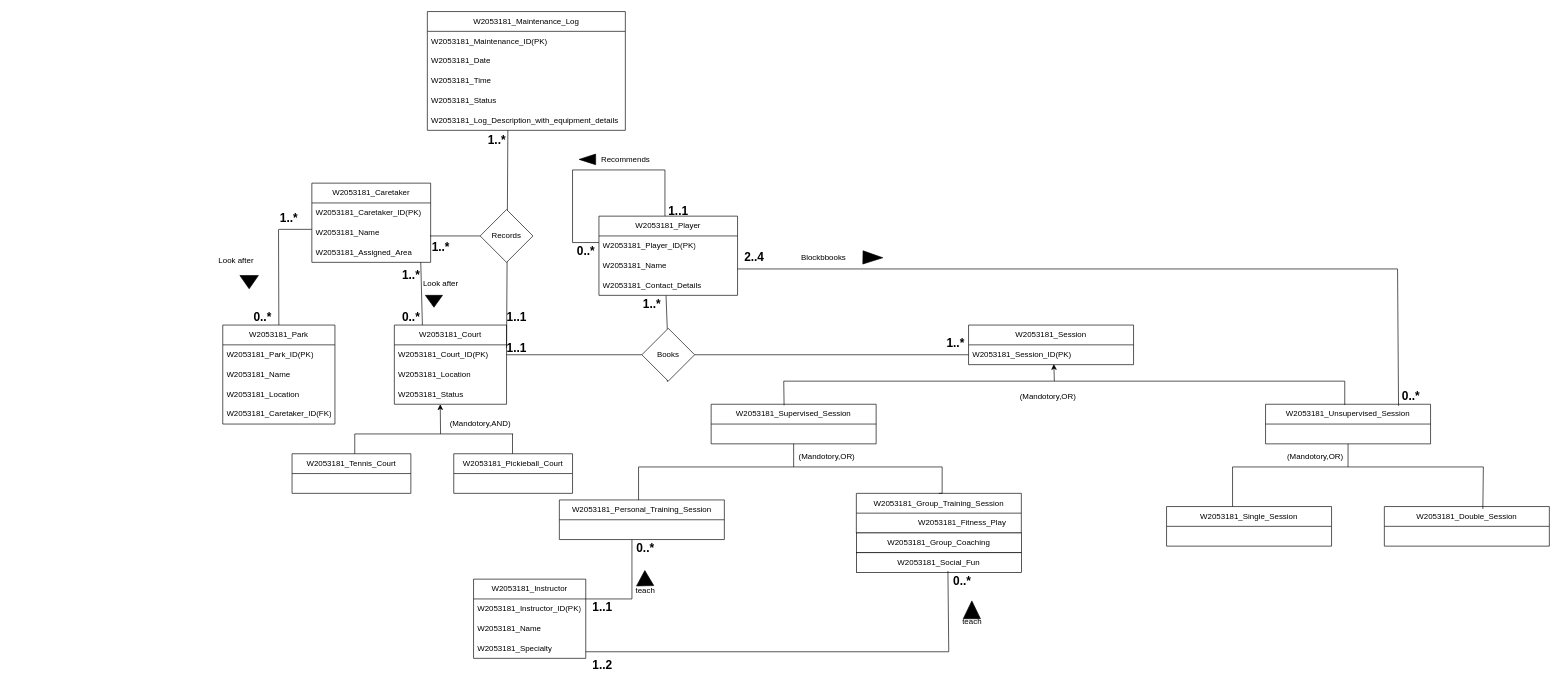
This is Untitled Diagram.drawio from ShenalSen/24_5COSC020_CWK, a draw.io file, before an edit. Source tidied: cells renumbered, new cells numbered last; positions are measured from the earlier drawing's top-left corner, leaving out a move shared by most shapes. Both pictures are drawn from the tidied source at 66%, with x=0, y=0 at pixel (209, 11).
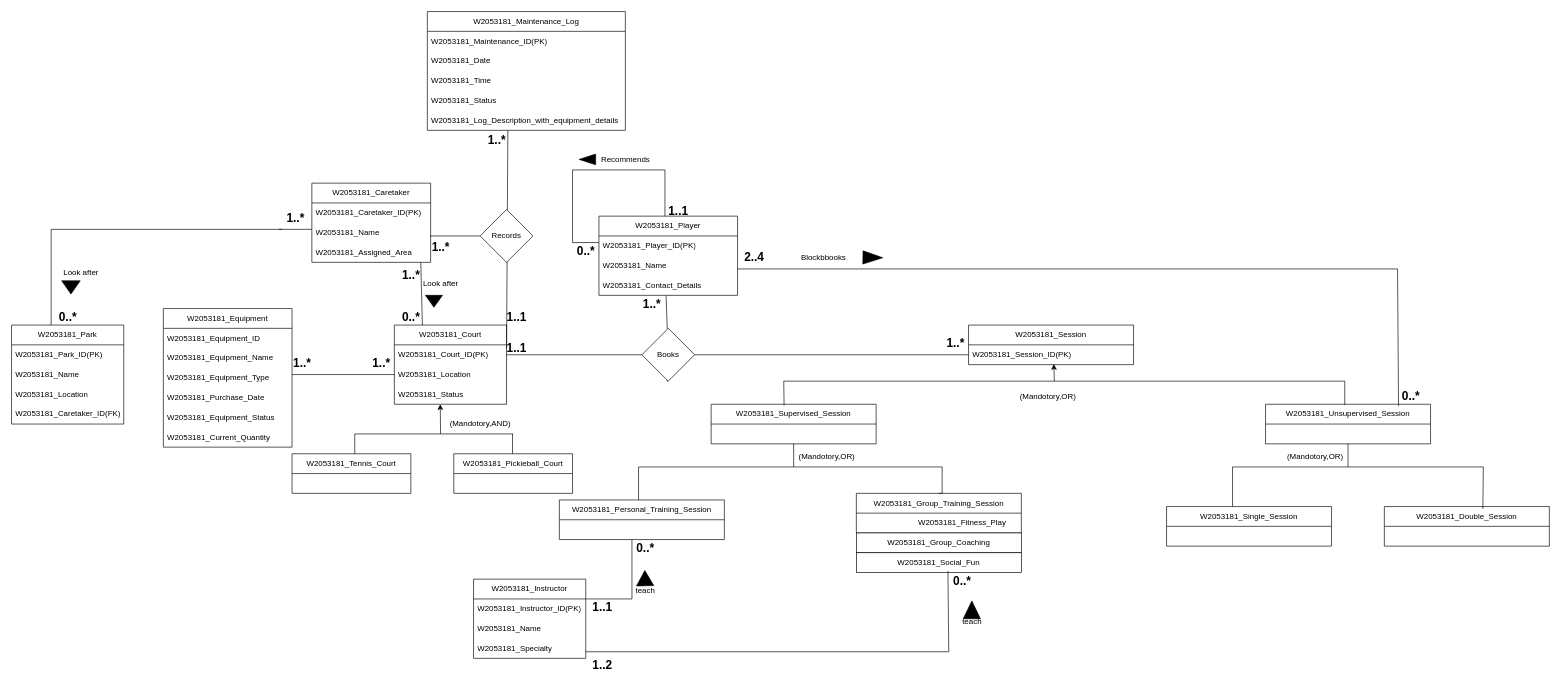
The same page after the edit.

The change refers to these unchanged cells:
```xml
<mxCell id="35" value="W2053181_Location" style="text;strokeColor=none;fillColor=none;align=left;verticalAlign=middle;spacingLeft=4;spacingRight=4;overflow=hidden;points=[[0,0.5],[1,0.5]];portConstraint=eastwest;whiteSpace=wrap;html=1;" parent="33" vertex="1">
  <mxGeometry y="60" width="170" height="30" as="geometry" />
</mxCell>
```

Change to the diagram source:
```diff
@@
     <mxCell id="28" value="W2053181_Park" style="swimlane;fontStyle=0;horizontal=1;startSize=30;whiteSpace=wrap;html=1;" parent="1" vertex="1">
-      <mxGeometry x="20" y="475" width="170" height="150" as="geometry" />
+      <mxGeometry x="-300" y="475" width="170" height="150" as="geometry" />
     </mxCell>
@@
-    <mxCell id="65" style="endArrow=none;html=1;rounded=0;exitX=0.5;exitY=0;exitDx=0;exitDy=0;" parent="1" edge="1" source="28">
-      <mxGeometry relative="1" as="geometry">
-        <mxPoint x="104.5" y="330" as="targetPoint" />
-      </mxGeometry>
-    </mxCell>
@@
     <mxCell id="87" value="&lt;h2&gt;1..*&lt;/h2&gt;" style="text;html=1;align=center;verticalAlign=middle;strokeColor=none;fillColor=none;" parent="1" vertex="1">
-      <mxGeometry x="95" y="283" width="50" height="60" as="geometry" />
+      <mxGeometry x="105" y="283" width="50" height="60" as="geometry" />
     </mxCell>
     <mxCell id="88" value="&lt;h2&gt;0..*&lt;/h2&gt;" style="text;html=1;align=center;verticalAlign=middle;strokeColor=none;fillColor=none;" parent="1" vertex="1">
-      <mxGeometry x="55" y="433" width="50" height="60" as="geometry" />
+      <mxGeometry x="-240" y="433" width="50" height="60" as="geometry" />
     </mxCell>
@@
     <mxCell id="104" style="shape=mxgraph.arrows2.wedgeArrow;html=1;startWidth=14;fillColor=strokeColor;defaultFillColor=invert;defaultGradientColor=invert;rounded=0;" parent="1" edge="1">
       <mxGeometry relative="1" as="geometry">
-        <mxPoint x="60" y="400" as="sourcePoint" />
-        <mxPoint x="60" y="420" as="targetPoint" />
+        <mxPoint x="-210" y="408" as="sourcePoint" />
+        <mxPoint x="-210" y="428" as="targetPoint" />
       </mxGeometry>
     </mxCell>
@@
     <mxCell id="111" value="Look after" style="text;html=1;align=center;verticalAlign=middle;strokeColor=none;fillColor=none;" parent="1" vertex="1">
-      <mxGeometry y="363" width="80" height="30" as="geometry" />
+      <mxGeometry x="-235" y="380" width="80" height="30" as="geometry" />
     </mxCell>
@@
+    <mxCell id="113" style="endArrow=none;html=1;rounded=0;" parent="1" edge="1">
+      <mxGeometry relative="1" as="geometry">
+        <mxPoint x="-110" y="330" as="sourcePoint" />
+        <mxPoint x="110" y="330" as="targetPoint" />
+      </mxGeometry>
+    </mxCell>
+    <mxCell id="114" style="endArrow=none;html=1;rounded=0;" parent="1" edge="1">
+      <mxGeometry relative="1" as="geometry">
+        <mxPoint x="-240" y="475" as="sourcePoint" />
+        <mxPoint x="-240" y="330" as="targetPoint" />
+      </mxGeometry>
+    </mxCell>
+    <mxCell id="115" style="endArrow=none;html=1;rounded=0;" parent="1" edge="1">
+      <mxGeometry relative="1" as="geometry">
+        <mxPoint x="-240" y="330" as="sourcePoint" />
+        <mxPoint x="-110" y="330" as="targetPoint" />
+      </mxGeometry>
+    </mxCell>
+    <mxCell id="116" value="W2053181_Equipment" style="swimlane;fontStyle=0;horizontal=1;startSize=30;whiteSpace=wrap;html=1;" parent="1" vertex="1">
+      <mxGeometry x="-70" y="450" width="195" height="210" as="geometry" />
+    </mxCell>
+    <mxCell id="117" value="W2053181_Equipment_ID" style="text;strokeColor=none;fillColor=none;align=left;verticalAlign=middle;spacingLeft=4;spacingRight=4;overflow=hidden;whiteSpace=wrap;html=1;" parent="116" vertex="1">
+      <mxGeometry y="30" width="195" height="30" as="geometry" />
+    </mxCell>
+    <mxCell id="118" value="W2053181_Equipment_Name" style="text;strokeColor=none;fillColor=none;align=left;verticalAlign=middle;spacingLeft=4;spacingRight=4;overflow=hidden;whiteSpace=wrap;html=1;" parent="116" vertex="1">
+      <mxGeometry y="60" width="195" height="30" as="geometry" />
+    </mxCell>
+    <mxCell id="119" value="W2053181_Equipment_Type" style="text;strokeColor=none;fillColor=none;align=left;verticalAlign=middle;spacingLeft=4;spacingRight=4;overflow=hidden;whiteSpace=wrap;html=1;" parent="116" vertex="1">
+      <mxGeometry y="90" width="195" height="30" as="geometry" />
+    </mxCell>
+    <mxCell id="120" value="W2053181_Purchase_Date" style="text;strokeColor=none;fillColor=none;align=left;verticalAlign=middle;spacingLeft=4;spacingRight=4;overflow=hidden;whiteSpace=wrap;html=1;" parent="116" vertex="1">
+      <mxGeometry y="120" width="195" height="30" as="geometry" />
+    </mxCell>
+    <mxCell id="121" value="W2053181_Equipment_Status" style="text;strokeColor=none;fillColor=none;align=left;verticalAlign=middle;spacingLeft=4;spacingRight=4;overflow=hidden;whiteSpace=wrap;html=1;" parent="116" vertex="1">
+      <mxGeometry y="150" width="195" height="30" as="geometry" />
+    </mxCell>
+    <mxCell id="122" value="W2053181_Current_Quantity" style="text;strokeColor=none;fillColor=none;align=left;verticalAlign=middle;spacingLeft=4;spacingRight=4;overflow=hidden;whiteSpace=wrap;html=1;" parent="116" vertex="1">
+      <mxGeometry y="180" width="195" height="30" as="geometry" />
+    </mxCell>
+    <mxCell id="123" style="endArrow=none;html=1;rounded=0;entryX=0;entryY=0.5;entryDx=0;entryDy=0;" parent="1" edge="1" target="35">
+      <mxGeometry relative="1" as="geometry">
+        <mxPoint x="125" y="550" as="sourcePoint" />
+      </mxGeometry>
+    </mxCell>
+    <mxCell id="124" value="&lt;h2&gt;1..*&lt;/h2&gt;" style="text;html=1;align=center;verticalAlign=middle;strokeColor=none;fillColor=none;" parent="1" vertex="1">
+      <mxGeometry x="115" y="503" width="50" height="60" as="geometry" />
+    </mxCell>
+    <mxCell id="125" value="&lt;h2&gt;1..*&lt;/h2&gt;" style="text;html=1;align=center;verticalAlign=middle;strokeColor=none;fillColor=none;" parent="1" vertex="1">
+      <mxGeometry x="235" y="503" width="50" height="60" as="geometry" />
+    </mxCell>
```
